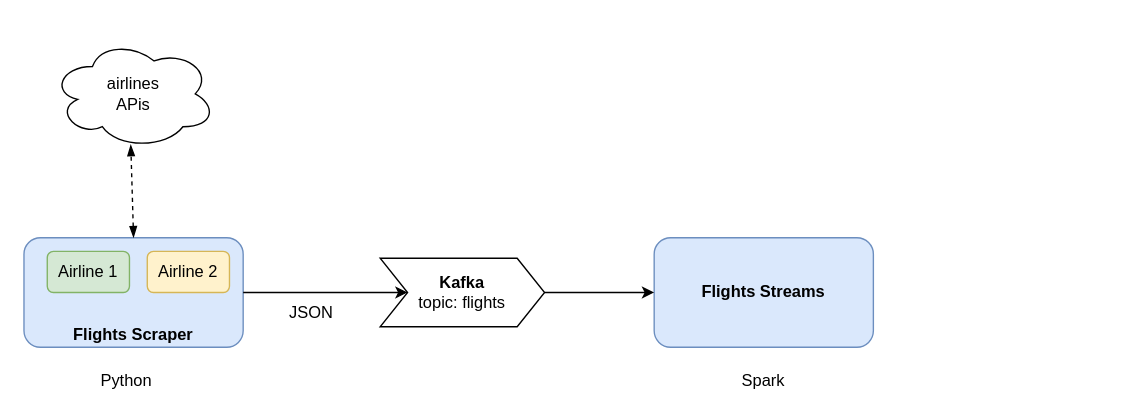
Above: docs/components-flow.drawio in d1eg0/flights-price-evolution (draw.io), before the change. Source tidied: cells renumbered, new cells numbered last; positions are measured from the earlier drawing's top-left corner, leaving out a move shared by most shapes. Both pictures are drawn from the tidied source at 137%, with x=0, y=0 at pixel (23, 38).
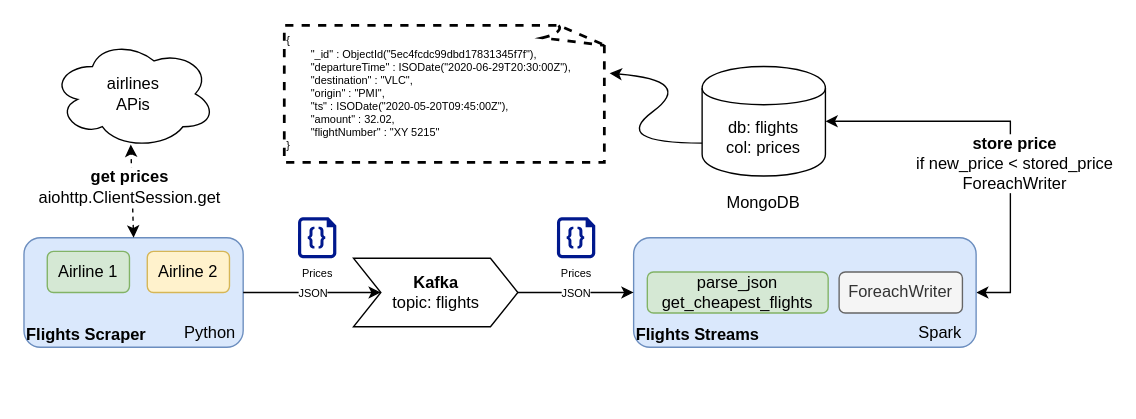
The same diagram, later.

The change refers to these unchanged cells:
```xml
<mxCell id="5" style="endArrow=classic;html=1;entryX=0;entryY=0.5;entryDx=0;entryDy=0;exitX=1;exitY=0.5;exitDx=0;exitDy=0;" parent="1" edge="1" source="2" target="4">
  <mxGeometry relative="1" as="geometry" />
</mxCell>
<mxCell id="6" style="endArrow=classic;html=1;entryX=0;entryY=0.5;entryDx=0;entryDy=0;exitX=1;exitY=0.5;exitDx=0;exitDy=0;" parent="1" edge="1" source="3" target="2">
  <mxGeometry relative="1" as="geometry" />
</mxCell>
<mxCell id="7" value="airlines&lt;br&gt;APis" style="ellipse;shape=cloud;whiteSpace=wrap;html=1;" parent="1" vertex="1">
  <mxGeometry x="20" width="120" height="80" as="geometry" />
</mxCell>
```

Diff of the diagram source:
```diff
@@
     <mxCell id="2" value="&lt;b&gt;Kafka&lt;/b&gt;&lt;br&gt;topic: flights" style="shape=step;perimeter=stepPerimeter;whiteSpace=wrap;html=1;fixedSize=1;" parent="1" vertex="1">
-      <mxGeometry x="260" y="160" width="120" height="50" as="geometry" />
+      <mxGeometry x="240.5" y="160" width="120" height="50" as="geometry" />
     </mxCell>
-    <mxCell id="3" value="&lt;b&gt;Flights Scraper&lt;/b&gt;" style="rounded=1;whiteSpace=wrap;html=1;verticalAlign=bottom;fillColor=#dae8fc;strokeColor=#6c8ebf;" parent="1" vertex="1">
+    <mxCell id="3" value="&lt;b&gt;Flights Scraper&lt;/b&gt;" style="rounded=1;whiteSpace=wrap;html=1;verticalAlign=bottom;fillColor=#dae8fc;strokeColor=#6c8ebf;align=left;" parent="1" vertex="1">
       <mxGeometry y="145" width="160" height="80" as="geometry" />
     </mxCell>
+    <mxCell id="14" style="edgeStyle=orthogonalEdgeStyle;rounded=0;jettySize=auto;html=1;entryX=1;entryY=0.5;entryDx=0;entryDy=0;startArrow=classic;startFill=1;exitX=1;exitY=0.5;exitDx=0;exitDy=0;" parent="1" edge="1" source="4" target="19">
+      <mxGeometry relative="1" as="geometry">
+        <Array as="points">
+          <mxPoint x="720" y="185" />
+          <mxPoint x="720" y="60" />
+        </Array>
+      </mxGeometry>
+    </mxCell>
+    <mxCell id="15" value="&lt;b&gt;store price&lt;br&gt;&lt;/b&gt;if new_price &amp;lt; stored_price&lt;br&gt;ForeachWriter" style="text;html=1;align=center;verticalAlign=middle;labelBackgroundColor=#ffffff;" parent="14" vertex="1">
+      <mxGeometry x="-0.16" y="-2" relative="1" as="geometry" />
+    </mxCell>
-    <mxCell id="4" value="&lt;b&gt;Flights Streams&lt;/b&gt;" style="rounded=1;whiteSpace=wrap;html=1;fillColor=#dae8fc;strokeColor=#6c8ebf;" parent="1" vertex="1">
-      <mxGeometry x="460" y="145" width="160" height="80" as="geometry" />
+    <mxCell id="4" value="&lt;b&gt;Flights Streams&lt;/b&gt;" style="rounded=1;whiteSpace=wrap;html=1;fillColor=#dae8fc;strokeColor=#6c8ebf;align=left;verticalAlign=bottom;" parent="1" vertex="1">
+      <mxGeometry x="445" y="145" width="250" height="80" as="geometry" />
     </mxCell>
@@
+    <mxCell id="16" value="JSON" style="text;html=1;align=center;verticalAlign=middle;labelBackgroundColor=#ffffff;fontSize=8;" parent="5" vertex="1">
+      <mxGeometry x="-0.03" y="4" relative="1" as="geometry">
+        <mxPoint x="1" y="4" as="offset" />
+      </mxGeometry>
+    </mxCell>
@@
+    <mxCell id="17" value="JSON" style="text;html=1;align=center;verticalAlign=middle;labelBackgroundColor=#ffffff;fontSize=8;" parent="6" vertex="1">
+      <mxGeometry relative="1" as="geometry" />
+    </mxCell>
@@
-    <mxCell id="8" style="endArrow=blockThin;dashed=1;html=1;entryX=0.483;entryY=0.963;entryDx=0;entryDy=0;entryPerimeter=0;exitX=0.5;exitY=0;exitDx=0;exitDy=0;startArrow=blockThin;startFill=1;endFill=1;" parent="1" edge="1" source="3" target="7">
+    <mxCell id="8" style="endArrow=classic;dashed=1;html=1;entryX=0.483;entryY=0.963;entryDx=0;entryDy=0;entryPerimeter=0;exitX=0.5;exitY=0;exitDx=0;exitDy=0;startArrow=classic;startFill=1;endFill=1;" parent="1" edge="1" source="3" target="7">
       <mxGeometry relative="1" as="geometry" />
     </mxCell>
+    <mxCell id="18" value="&lt;b&gt;get prices&lt;/b&gt;&lt;br&gt;aiohttp.ClientSession.get" style="text;html=1;align=center;verticalAlign=middle;labelBackgroundColor=#ffffff;" parent="8" vertex="1">
+      <mxGeometry x="0.12" y="2" relative="1" as="geometry" />
+    </mxCell>
@@
-    <mxCell id="11" value="JSON" style="text;html=1;strokeColor=none;fillColor=none;align=center;verticalAlign=middle;whiteSpace=wrap;rounded=0;" parent="1" vertex="1">
-      <mxGeometry x="190" y="190" width="40" height="20" as="geometry" />
-    </mxCell>
     <mxCell id="12" value="Python" style="text;html=1;strokeColor=none;fillColor=none;align=center;verticalAlign=middle;whiteSpace=wrap;rounded=0;" parent="1" vertex="1">
-      <mxGeometry x="55" y="240" width="40" height="20" as="geometry" />
+      <mxGeometry x="116" y="205" width="40" height="20" as="geometry" />
     </mxCell>
     <mxCell id="13" value="Spark" style="text;html=1;strokeColor=none;fillColor=none;align=center;verticalAlign=middle;whiteSpace=wrap;rounded=0;" parent="1" vertex="1">
-      <mxGeometry x="520" y="240" width="40" height="20" as="geometry" />
+      <mxGeometry x="649" y="205" width="40" height="20" as="geometry" />
     </mxCell>
+    <mxCell id="19" value="db: flights&lt;br&gt;col: prices" style="shape=cylinder;whiteSpace=wrap;html=1;boundedLbl=1;backgroundOutline=1;" parent="1" vertex="1">
+      <mxGeometry x="495" y="20" width="90" height="80" as="geometry" />
+    </mxCell>
+    <mxCell id="20" value="MongoDB" style="text;html=1;strokeColor=none;fillColor=none;align=center;verticalAlign=middle;whiteSpace=wrap;rounded=0;" parent="1" vertex="1">
+      <mxGeometry x="520" y="110" width="40" height="20" as="geometry" />
+    </mxCell>
+    <mxCell id="21" style="curved=1;endArrow=classic;html=1;fontSize=8;entryX=1;entryY=0.25;entryDx=0;entryDy=0;exitX=0;exitY=0.7;exitDx=0;exitDy=0;" parent="1" edge="1" source="19">
+      <mxGeometry relative="1" as="geometry">
+        <mxPoint x="427.5" y="25" as="targetPoint" />
+        <Array as="points">
+          <mxPoint x="428" y="76" />
+          <mxPoint x="490" y="30" />
+        </Array>
+      </mxGeometry>
+    </mxCell>
+    <mxCell id="22" value="Prices" style="shadow=0;dashed=0;html=1;strokeColor=none;labelPosition=center;verticalLabelPosition=bottom;verticalAlign=top;align=center;fillColor=#00188D;shape=mxgraph.azure.code_file;fontSize=8;" parent="1" vertex="1">
+      <mxGeometry x="200" y="130" width="28" height="30" as="geometry" />
+    </mxCell>
+    <mxCell id="23" value="&lt;div style=&quot;white-space: normal&quot;&gt;{&lt;/div&gt;&lt;div style=&quot;white-space: normal&quot;&gt;&lt;span style=&quot;white-space: pre&quot;&gt;&#9;&lt;/span&gt;&quot;_id&quot; : ObjectId(&quot;5ec4fcdc99dbd17831345f7f&quot;),&lt;/div&gt;&lt;div style=&quot;white-space: normal&quot;&gt;&lt;span style=&quot;white-space: pre&quot;&gt;&#9;&lt;/span&gt;&quot;departureTime&quot; : ISODate(&quot;2020-06-29T20:30:00Z&quot;),&lt;/div&gt;&lt;div style=&quot;white-space: normal&quot;&gt;&lt;span style=&quot;white-space: pre&quot;&gt;&#9;&lt;/span&gt;&quot;destination&quot; : &quot;VLC&quot;,&lt;/div&gt;&lt;div style=&quot;white-space: normal&quot;&gt;&lt;span style=&quot;white-space: pre&quot;&gt;&#9;&lt;/span&gt;&quot;origin&quot; : &quot;PMI&quot;,&lt;/div&gt;&lt;div style=&quot;white-space: normal&quot;&gt;&lt;span style=&quot;white-space: pre&quot;&gt;&#9;&lt;/span&gt;&quot;ts&quot; : ISODate(&quot;2020-05-20T09:45:00Z&quot;),&lt;/div&gt;&lt;div style=&quot;white-space: normal&quot;&gt;&lt;span style=&quot;white-space: pre&quot;&gt;&#9;&lt;/span&gt;&quot;amount&quot; : 32.02,&lt;/div&gt;&lt;div style=&quot;white-space: normal&quot;&gt;&lt;span style=&quot;white-space: pre&quot;&gt;&#9;&lt;/span&gt;&quot;flightNumber&quot; : &quot;XY 5215&quot;&lt;/div&gt;&lt;div style=&quot;white-space: normal&quot;&gt;}&lt;/div&gt;" style="whiteSpace=wrap;html=1;shape=mxgraph.basic.document;dashed=1;fontSize=8;align=left;fillColor=none;strokeColor=#000000;strokeWidth=2;" parent="1" vertex="1">
+      <mxGeometry x="190" y="-10" width="236" height="100" as="geometry" />
+    </mxCell>
+    <mxCell id="24" value="Prices" style="shadow=0;dashed=0;html=1;strokeColor=none;labelPosition=center;verticalLabelPosition=bottom;verticalAlign=top;align=center;fillColor=#00188D;shape=mxgraph.azure.code_file;fontSize=8;" parent="1" vertex="1">
+      <mxGeometry x="389" y="130" width="28" height="30" as="geometry" />
+    </mxCell>
+    <mxCell id="25" value="ForeachWriter" style="rounded=1;whiteSpace=wrap;html=1;fillColor=#f5f5f5;strokeColor=#666666;fontColor=#333333;" parent="1" vertex="1">
+      <mxGeometry x="595" y="170" width="90" height="30" as="geometry" />
+    </mxCell>
+    <mxCell id="26" value="parse_json&lt;br&gt;get_cheapest_flights" style="rounded=1;whiteSpace=wrap;html=1;fillColor=#d5e8d4;strokeColor=#82b366;" parent="1" vertex="1">
+      <mxGeometry x="455" y="170" width="132" height="30" as="geometry" />
+    </mxCell>
```
